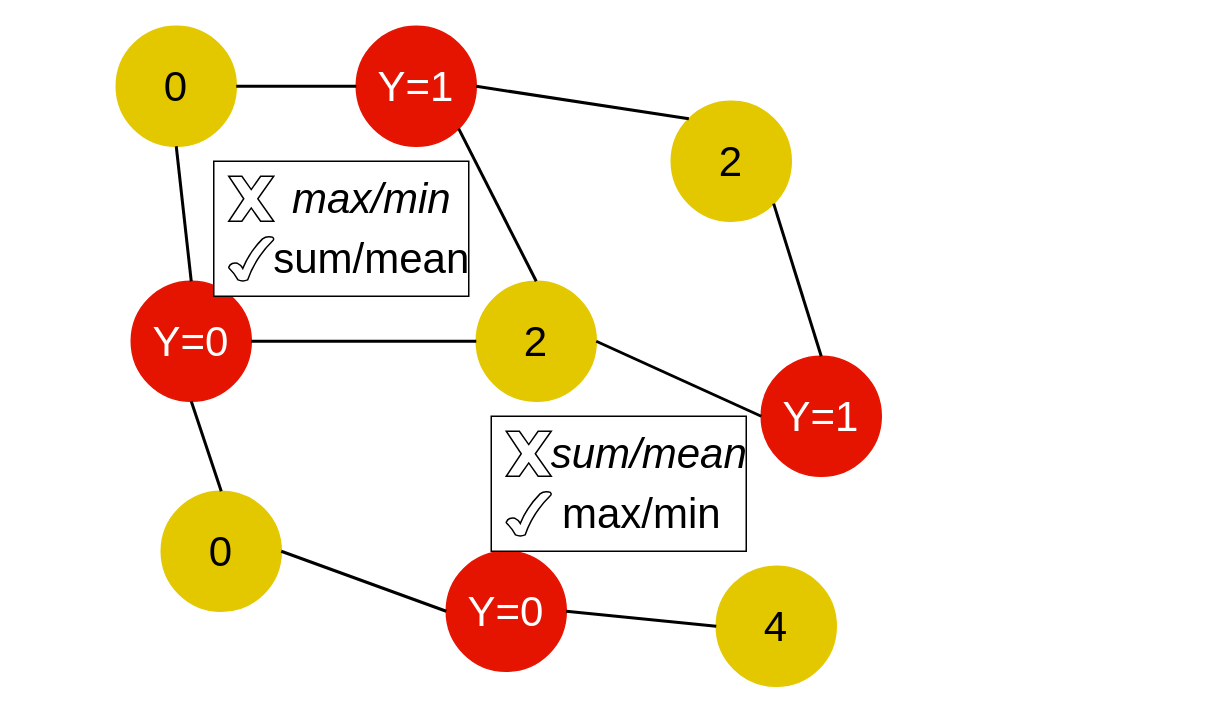
Above: aggreg.drawio in joneswong/draw (draw.io), before the change. Source tidied: cells renumbered, new cells numbered last; positions are measured from the earlier drawing's top-left corner, leaving out a move shared by most shapes. Both pictures are drawn from the tidied source at 150%, with x=0, y=0 at pixel (116, 26).
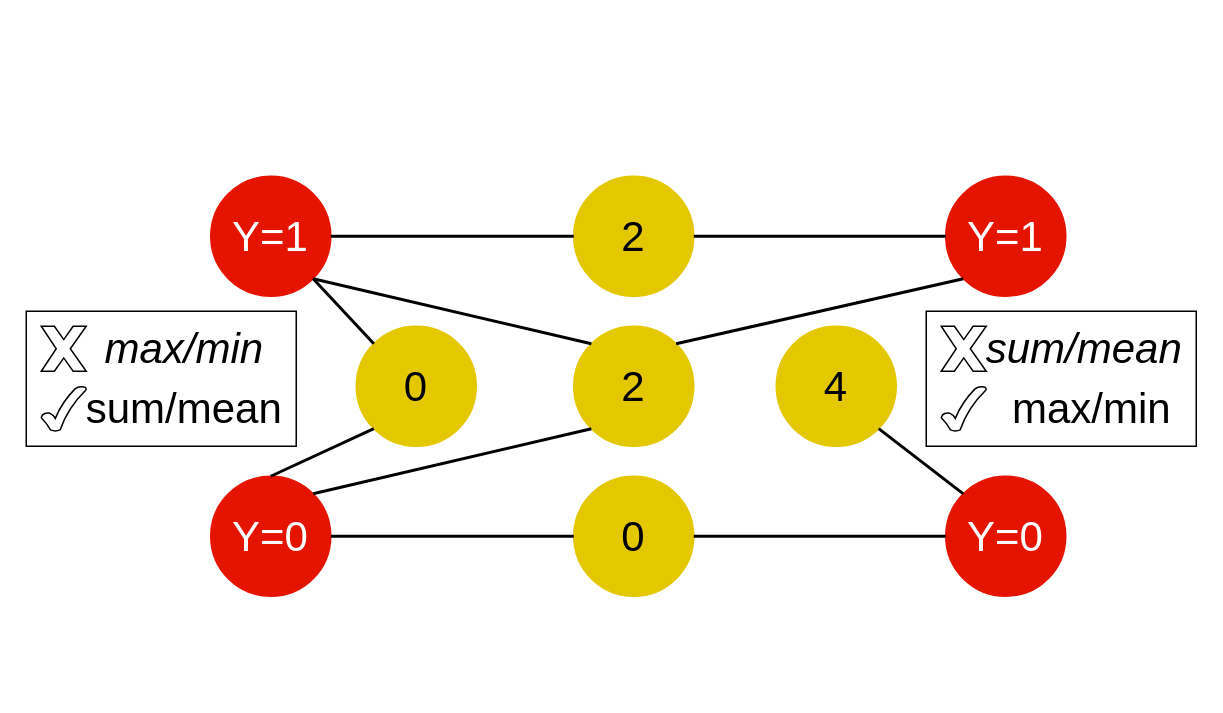
After the change.

What changed in the source:
```diff
@@
     <mxCell id="2" value="&lt;font style=&quot;font-size: 28px&quot;&gt;Y=1&lt;/font&gt;" style="ellipse;whiteSpace=wrap;html=1;fillColor=#e51400;fontColor=#ffffff;strokeColor=#E51400;" parent="1" vertex="1">
-      <mxGeometry x="160" width="80" height="80" as="geometry" />
+      <mxGeometry x="63" y="100" width="80" height="80" as="geometry" />
     </mxCell>
     <mxCell id="3" value="&lt;font style=&quot;font-size: 28px&quot;&gt;Y=1&lt;/font&gt;" style="ellipse;whiteSpace=wrap;html=1;fillColor=#e51400;fontColor=#ffffff;strokeColor=#E51400;" parent="1" vertex="1">
-      <mxGeometry x="430" y="220" width="80" height="80" as="geometry" />
+      <mxGeometry x="553" y="100" width="80" height="80" as="geometry" />
     </mxCell>
     <mxCell id="4" value="&lt;font style=&quot;font-size: 28px&quot;&gt;2&lt;/font&gt;" style="ellipse;whiteSpace=wrap;html=1;fillColor=#e3c800;fontColor=#000000;strokeColor=#E3C800;" parent="1" vertex="1">
-      <mxGeometry x="240" y="170" width="80" height="80" as="geometry" />
+      <mxGeometry x="305" y="200" width="80" height="80" as="geometry" />
     </mxCell>
     <mxCell id="5" value="&lt;font style=&quot;font-size: 28px&quot;&gt;2&lt;/font&gt;" style="ellipse;whiteSpace=wrap;html=1;fillColor=#e3c800;fontColor=#000000;strokeColor=#E3C800;" parent="1" vertex="1">
-      <mxGeometry x="370" y="50" width="80" height="80" as="geometry" />
+      <mxGeometry x="305" y="100" width="80" height="80" as="geometry" />
     </mxCell>
-    <mxCell id="6" style="rounded=0;jettySize=auto;html=1;exitX=0.5;exitY=0;exitDx=0;exitDy=0;endArrow=none;endFill=0;entryX=1;entryY=1;entryDx=0;entryDy=0;strokeWidth=2;" parent="1" edge="1" source="3" target="5">
+    <mxCell id="6" style="rounded=0;jettySize=auto;html=1;exitX=0;exitY=0.5;exitDx=0;exitDy=0;endArrow=none;endFill=0;entryX=1;entryY=0.5;entryDx=0;entryDy=0;strokeWidth=2;" parent="1" edge="1" source="3" target="5">
       <mxGeometry relative="1" as="geometry" />
     </mxCell>
-    <mxCell id="7" style="rounded=0;jettySize=auto;html=1;exitX=0;exitY=0.5;exitDx=0;exitDy=0;endArrow=none;endFill=0;entryX=1;entryY=0.5;entryDx=0;entryDy=0;strokeWidth=2;" parent="1" edge="1" source="3" target="4">
+    <mxCell id="7" style="rounded=0;jettySize=auto;html=1;exitX=0;exitY=1;exitDx=0;exitDy=0;endArrow=none;endFill=0;entryX=1;entryY=0;entryDx=0;entryDy=0;strokeWidth=2;" parent="1" edge="1" source="3" target="4">
       <mxGeometry relative="1" as="geometry" />
     </mxCell>
     <mxCell id="8" value="&lt;font style=&quot;font-size: 28px&quot;&gt;Y=0&lt;/font&gt;" style="ellipse;whiteSpace=wrap;html=1;fillColor=#e51400;fontColor=#ffffff;strokeColor=#E51400;" parent="1" vertex="1">
-      <mxGeometry x="220" y="350" width="80" height="80" as="geometry" />
+      <mxGeometry x="553" y="300" width="80" height="80" as="geometry" />
     </mxCell>
     <mxCell id="9" value="&lt;font style=&quot;font-size: 28px&quot;&gt;Y=0&lt;/font&gt;" style="ellipse;whiteSpace=wrap;html=1;fillColor=#e51400;fontColor=#ffffff;strokeColor=#E51400;" parent="1" vertex="1">
-      <mxGeometry x="10" y="170" width="80" height="80" as="geometry" />
+      <mxGeometry x="63" y="300" width="80" height="80" as="geometry" />
     </mxCell>
-    <mxCell id="10" style="rounded=0;jettySize=auto;html=1;exitX=0;exitY=0;exitDx=0;exitDy=0;endArrow=none;endFill=0;strokeWidth=2;entryX=1;entryY=0.5;entryDx=0;entryDy=0;" parent="1" edge="1" source="5" target="2">
+    <mxCell id="10" style="rounded=0;jettySize=auto;html=1;exitX=0;exitY=0.5;exitDx=0;exitDy=0;endArrow=none;endFill=0;strokeWidth=2;entryX=1;entryY=0.5;entryDx=0;entryDy=0;" parent="1" edge="1" source="5" target="2">
       <mxGeometry relative="1" as="geometry" />
     </mxCell>
-    <mxCell id="11" style="rounded=0;jettySize=auto;html=1;exitX=0.5;exitY=0;exitDx=0;exitDy=0;endArrow=none;endFill=0;strokeWidth=2;entryX=1;entryY=1;entryDx=0;entryDy=0;" parent="1" edge="1" source="4" target="2">
+    <mxCell id="11" style="rounded=0;jettySize=auto;html=1;exitX=0;exitY=0;exitDx=0;exitDy=0;endArrow=none;endFill=0;strokeWidth=2;entryX=1;entryY=1;entryDx=0;entryDy=0;" parent="1" edge="1" source="4" target="2">
       <mxGeometry relative="1" as="geometry" />
     </mxCell>
-    <mxCell id="12" style="rounded=0;jettySize=auto;html=1;exitX=0;exitY=0.5;exitDx=0;exitDy=0;endArrow=none;endFill=0;strokeWidth=2;entryX=1;entryY=0.5;entryDx=0;entryDy=0;" parent="1" edge="1" source="4" target="9">
+    <mxCell id="12" style="rounded=0;jettySize=auto;html=1;exitX=0;exitY=1;exitDx=0;exitDy=0;endArrow=none;endFill=0;strokeWidth=2;entryX=1;entryY=0;entryDx=0;entryDy=0;" parent="1" edge="1" source="4" target="9">
       <mxGeometry relative="1" as="geometry" />
     </mxCell>
     <mxCell id="13" value="&lt;font style=&quot;font-size: 28px&quot;&gt;0&lt;/font&gt;" style="ellipse;whiteSpace=wrap;html=1;fillColor=#e3c800;fontColor=#000000;strokeColor=#E3C800;" parent="1" vertex="1">
-      <mxGeometry x="30" y="310" width="80" height="80" as="geometry" />
+      <mxGeometry x="305" y="300" width="80" height="80" as="geometry" />
     </mxCell>
@@
-    <mxCell id="15" style="rounded=0;jettySize=auto;html=1;exitX=0.5;exitY=0;exitDx=0;exitDy=0;endArrow=none;endFill=0;entryX=0.5;entryY=1;entryDx=0;entryDy=0;strokeWidth=2;" parent="1" edge="1" source="13" target="9">
+    <mxCell id="15" style="rounded=0;jettySize=auto;html=1;exitX=0;exitY=0.5;exitDx=0;exitDy=0;endArrow=none;endFill=0;entryX=1;entryY=0.5;entryDx=0;entryDy=0;strokeWidth=2;" parent="1" edge="1" source="13" target="9">
       <mxGeometry relative="1" as="geometry" />
     </mxCell>
     <mxCell id="16" value="&lt;font style=&quot;font-size: 28px&quot;&gt;0&lt;/font&gt;" style="ellipse;whiteSpace=wrap;html=1;fillColor=#e3c800;fontColor=#000000;strokeColor=#E3C800;" parent="1" vertex="1">
-      <mxGeometry width="80" height="80" as="geometry" />
+      <mxGeometry x="160" y="200" width="80" height="80" as="geometry" />
     </mxCell>
     <mxCell id="17" value="&lt;font style=&quot;font-size: 28px&quot;&gt;4&lt;/font&gt;" style="ellipse;whiteSpace=wrap;html=1;fillColor=#e3c800;fontColor=#000000;strokeColor=#E3C800;" parent="1" vertex="1">
-      <mxGeometry x="400" y="360" width="80" height="80" as="geometry" />
+      <mxGeometry x="440" y="200" width="80" height="80" as="geometry" />
     </mxCell>
-    <mxCell id="18" style="rounded=0;jettySize=auto;html=1;exitX=1;exitY=0.5;exitDx=0;exitDy=0;endArrow=none;endFill=0;strokeWidth=2;entryX=0;entryY=0.5;entryDx=0;entryDy=0;" parent="1" edge="1" source="8" target="17">
+    <mxCell id="18" style="rounded=0;jettySize=auto;html=1;exitX=0;exitY=0;exitDx=0;exitDy=0;endArrow=none;endFill=0;strokeWidth=2;entryX=1;entryY=1;entryDx=0;entryDy=0;" parent="1" edge="1" source="8" target="17">
       <mxGeometry relative="1" as="geometry" />
     </mxCell>
-    <mxCell id="19" style="rounded=0;jettySize=auto;html=1;exitX=0;exitY=0.5;exitDx=0;exitDy=0;endArrow=none;endFill=0;strokeWidth=2;entryX=1;entryY=0.5;entryDx=0;entryDy=0;" parent="1" edge="1" source="2" target="16">
+    <mxCell id="19" style="rounded=0;jettySize=auto;html=1;exitX=1;exitY=1;exitDx=0;exitDy=0;endArrow=none;endFill=0;strokeWidth=2;entryX=0;entryY=0;entryDx=0;entryDy=0;" parent="1" edge="1" source="2" target="16">
       <mxGeometry relative="1" as="geometry" />
     </mxCell>
-    <mxCell id="20" style="rounded=0;jettySize=auto;html=1;exitX=0.5;exitY=0;exitDx=0;exitDy=0;endArrow=none;endFill=0;strokeWidth=2;entryX=0.5;entryY=1;entryDx=0;entryDy=0;" parent="1" edge="1" source="9" target="16">
+    <mxCell id="20" style="rounded=0;jettySize=auto;html=1;exitX=0.5;exitY=0;exitDx=0;exitDy=0;endArrow=none;endFill=0;strokeWidth=2;entryX=0;entryY=1;entryDx=0;entryDy=0;" parent="1" edge="1" source="9" target="16">
       <mxGeometry relative="1" as="geometry" />
     </mxCell>
     <mxCell id="21" style="verticalLabelPosition=bottom;verticalAlign=top;html=1;shape=mxgraph.basic.rect;fillColor2=none;strokeWidth=1;size=20;indent=5;" parent="1" vertex="1">
-      <mxGeometry x="250" y="260" width="170" height="90" as="geometry" />
+      <mxGeometry x="540" y="190" width="180" height="90" as="geometry" />
     </mxCell>
     <mxCell id="22" style="verticalLabelPosition=bottom;verticalAlign=top;html=1;shape=mxgraph.basic.x;" parent="1" vertex="1">
-      <mxGeometry x="260" y="270" width="30" height="30" as="geometry" />
+      <mxGeometry x="550" y="200" width="30" height="30" as="geometry" />
     </mxCell>
     <mxCell id="23" style="verticalLabelPosition=bottom;verticalAlign=top;html=1;shape=mxgraph.basic.tick;" parent="1" vertex="1">
-      <mxGeometry x="260" y="310" width="30" height="30" as="geometry" />
+      <mxGeometry x="550" y="240" width="30" height="30" as="geometry" />
     </mxCell>
     <mxCell id="24" value="&lt;i&gt;&lt;font style=&quot;font-size: 28px&quot;&gt;sum/mean&lt;/font&gt;&lt;/i&gt;" style="text;html=1;align=center;verticalAlign=middle;fillColor=none;strokeColor=none;rounded=0;" parent="1" vertex="1">
-      <mxGeometry x="280" y="270" width="150" height="30" as="geometry" />
+      <mxGeometry x="570" y="200" width="150" height="30" as="geometry" />
     </mxCell>
     <mxCell id="25" value="&lt;font style=&quot;font-size: 28px&quot;&gt;max/min&lt;/font&gt;" style="text;html=1;align=center;verticalAlign=middle;fillColor=none;strokeColor=none;rounded=0;" parent="1" vertex="1">
-      <mxGeometry x="290" y="310" width="120" height="30" as="geometry" />
+      <mxGeometry x="590" y="240" width="120" height="30" as="geometry" />
     </mxCell>
     <mxCell id="26" style="verticalLabelPosition=bottom;verticalAlign=top;html=1;shape=mxgraph.basic.rect;fillColor2=none;strokeWidth=1;size=20;indent=5;" parent="1" vertex="1">
-      <mxGeometry x="65" y="90" width="170" height="90" as="geometry" />
+      <mxGeometry x="-60" y="190" width="180" height="90" as="geometry" />
     </mxCell>
     <mxCell id="27" style="verticalLabelPosition=bottom;verticalAlign=top;html=1;shape=mxgraph.basic.x;" parent="1" vertex="1">
-      <mxGeometry x="75" y="100" width="30" height="30" as="geometry" />
+      <mxGeometry x="-50" y="200" width="30" height="30" as="geometry" />
     </mxCell>
     <mxCell id="28" style="verticalLabelPosition=bottom;verticalAlign=top;html=1;shape=mxgraph.basic.tick;" parent="1" vertex="1">
-      <mxGeometry x="75" y="140" width="30" height="30" as="geometry" />
+      <mxGeometry x="-50" y="240" width="30" height="30" as="geometry" />
     </mxCell>
     <mxCell id="29" value="&lt;i&gt;&lt;font style=&quot;font-size: 28px&quot;&gt;max/min&lt;/font&gt;&lt;/i&gt;" style="text;html=1;align=center;verticalAlign=middle;fillColor=none;strokeColor=none;rounded=0;" parent="1" vertex="1">
-      <mxGeometry x="110" y="100" width="120" height="30" as="geometry" />
+      <mxGeometry x="-15" y="200" width="120" height="30" as="geometry" />
     </mxCell>
     <mxCell id="30" value="&lt;font style=&quot;font-size: 28px&quot;&gt;sum/mean&lt;/font&gt;" style="text;html=1;align=center;verticalAlign=middle;fillColor=none;strokeColor=none;rounded=0;" parent="1" vertex="1">
-      <mxGeometry x="95" y="140" width="150" height="30" as="geometry" />
+      <mxGeometry x="-30" y="240" width="150" height="30" as="geometry" />
     </mxCell>
```
